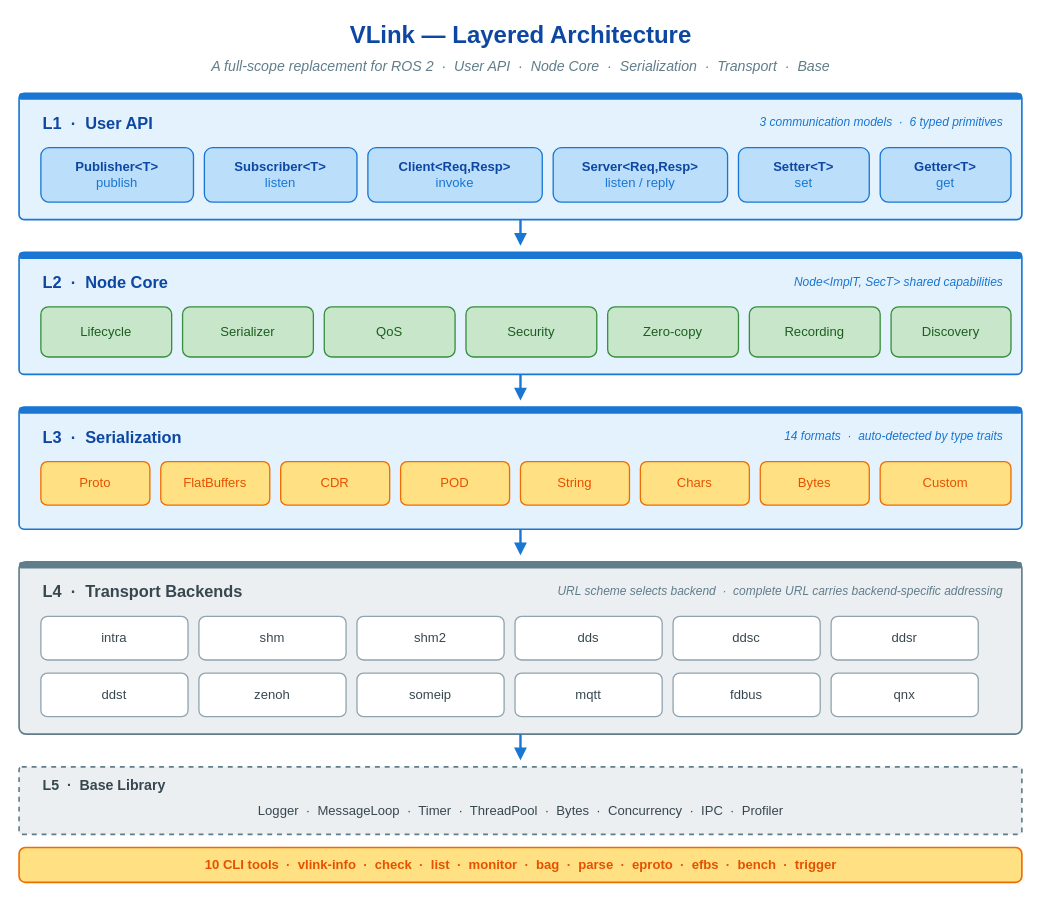
thun-res/vlink keeps this draw.io diagram as doc/images/foreword-layered-architecture.drawio. Above is the earlier version. Source tidied: cells renumbered, new cells numbered last; positions are measured from the earlier drawing's top-left corner, leaving out a move shared by most shapes. Both pictures are drawn from the tidied source at 109%, with x=0, y=0 at pixel (19, 19).
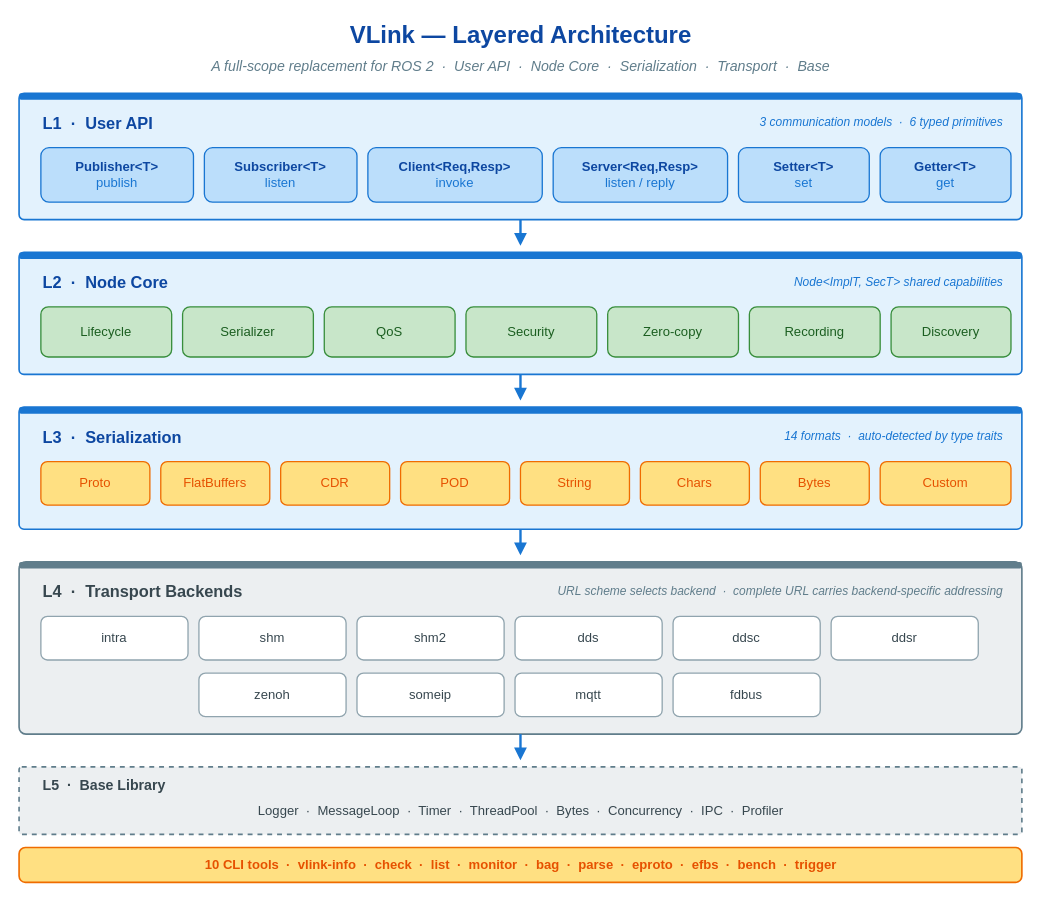
The same diagram, later.

Diff of the diagram source:
```diff
@@
-    <mxCell id="50" value="ddst" style="rounded=1;whiteSpace=wrap;html=1;fillColor=#ffffff;strokeColor=#90a4ae;strokeWidth=1.2;fontFamily=Helvetica;fontSize=12;fontColor=#37474f;shadow=0;" parent="1" vertex="1">
-      <mxGeometry x="20" y="600" width="135" height="40" as="geometry" />
-    </mxCell>
@@
-    <mxCell id="55" value="qnx" style="rounded=1;whiteSpace=wrap;html=1;fillColor=#ffffff;strokeColor=#90a4ae;strokeWidth=1.2;fontFamily=Helvetica;fontSize=12;fontColor=#37474f;shadow=0;" parent="1" vertex="1">
-      <mxGeometry x="745" y="600" width="135" height="40" as="geometry" />
-    </mxCell>
```
